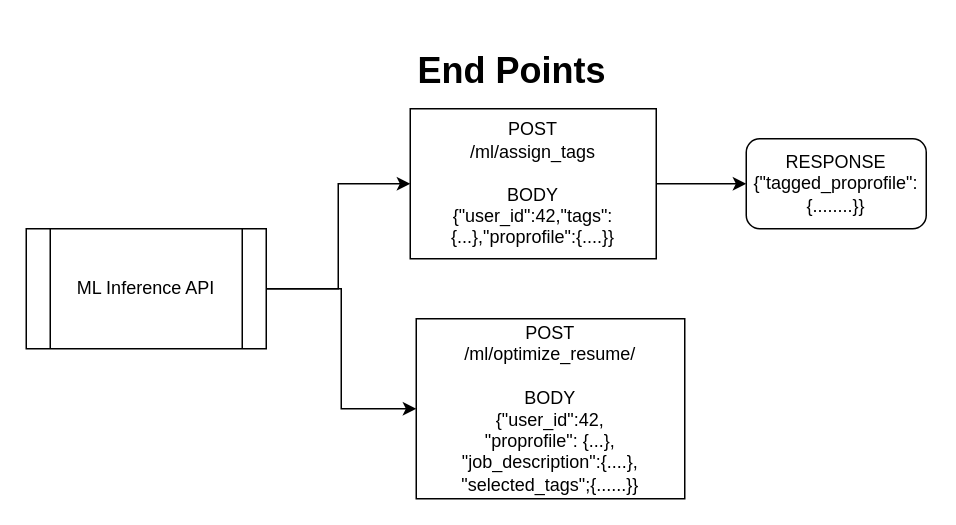
This is ML_Systems.drawio from wereign/rizzume_ml, a draw.io file, before an edit. Source tidied: cells renumbered, new cells numbered last; positions are measured from the earlier drawing's top-left corner, leaving out a move shared by most shapes. Both pictures are drawn from the tidied source at 150%, with x=0, y=0 at pixel (26, 48).
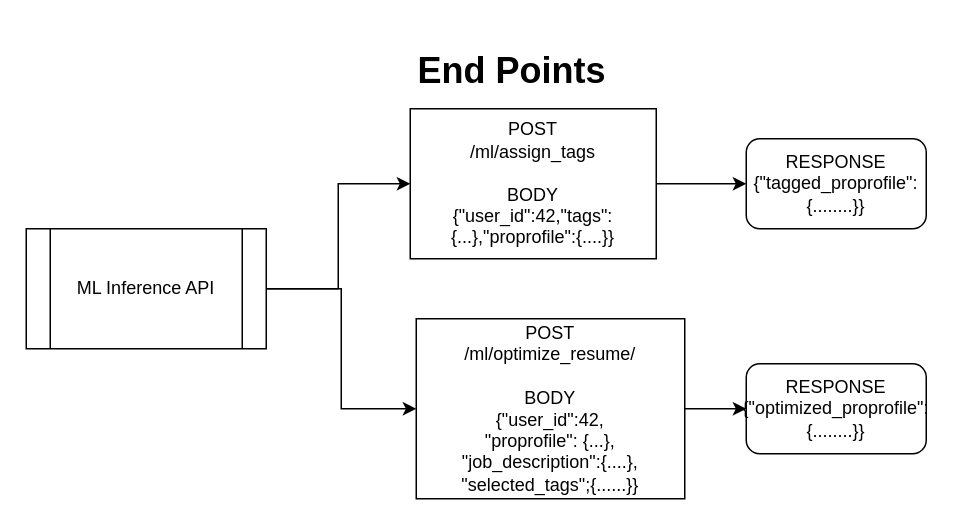
Above is the later version.

Diff of the diagram source:
```diff
@@
 <mxGraphModel>
   <root>
     <mxCell id="0" />
     <mxCell id="1" parent="0" />
     <mxCell id="2" value="&lt;h1&gt;End Points&lt;/h1&gt;" style="text;html=1;align=center;verticalAlign=middle;whiteSpace=wrap;rounded=0;" parent="1" vertex="1">
       <mxGeometry x="216" width="216" height="30" as="geometry" />
     </mxCell>
     <mxCell id="3" style="edgeStyle=orthogonalEdgeStyle;rounded=0;jettySize=auto;html=1;entryX=0;entryY=0.5;entryDx=0;entryDy=0;" parent="1" edge="1" source="5" target="9">
       <mxGeometry relative="1" as="geometry" />
     </mxCell>
     <mxCell id="4" style="edgeStyle=orthogonalEdgeStyle;rounded=0;jettySize=auto;html=1;" parent="1" edge="1" source="5" target="7">
       <mxGeometry relative="1" as="geometry" />
     </mxCell>
     <mxCell id="5" value="ML Inference API" style="shape=process;whiteSpace=wrap;html=1;backgroundOutline=1;" parent="1" vertex="1">
       <mxGeometry y="120" width="160" height="80" as="geometry" />
     </mxCell>
     <mxCell id="6" style="edgeStyle=orthogonalEdgeStyle;rounded=0;jettySize=auto;html=1;" parent="1" edge="1" source="7" target="8">
       <mxGeometry relative="1" as="geometry" />
     </mxCell>
     <mxCell id="7" value="POST&lt;div&gt;/ml/assign_tags&lt;/div&gt;&lt;div&gt;&lt;br&gt;&lt;/div&gt;&lt;div&gt;BODY&lt;/div&gt;&lt;div&gt;{&quot;user_id&quot;:42,&quot;tags&quot;:{...},&quot;proprofile&quot;:{....}}&lt;/div&gt;" style="rounded=0;whiteSpace=wrap;html=1;" parent="1" vertex="1">
       <mxGeometry x="256" y="40" width="164" height="100" as="geometry" />
     </mxCell>
     <mxCell id="8" value="RESPONSE&lt;div&gt;{&quot;tagged_proprofile&quot;:{........}}&lt;/div&gt;" style="rounded=1;whiteSpace=wrap;html=1;" parent="1" vertex="1">
       <mxGeometry x="480" y="60" width="120" height="60" as="geometry" />
     </mxCell>
+    <mxCell id="10" style="edgeStyle=orthogonalEdgeStyle;rounded=0;jettySize=auto;html=1;" parent="1" edge="1" source="9" target="11">
+      <mxGeometry relative="1" as="geometry" />
+    </mxCell>
     <mxCell id="9" value="POST&lt;div&gt;/ml/optimize_resume/&lt;/div&gt;&lt;div&gt;&lt;br&gt;&lt;/div&gt;&lt;div&gt;BODY&lt;/div&gt;&lt;div&gt;{&quot;user_id&quot;:42,&lt;/div&gt;&lt;div&gt;&quot;proprofile&quot;: {...},&lt;/div&gt;&lt;div&gt;&quot;job_description&quot;:{....},&lt;/div&gt;&lt;div&gt;&quot;selected_tags&quot;;{......}}&lt;/div&gt;" style="rounded=0;whiteSpace=wrap;html=1;" parent="1" vertex="1">
       <mxGeometry x="260" y="180" width="179" height="120" as="geometry" />
     </mxCell>
+    <mxCell id="11" value="RESPONSE&lt;div&gt;{&quot;optimized_proprofile&quot;:{........}}&lt;/div&gt;" style="rounded=1;whiteSpace=wrap;html=1;" parent="1" vertex="1">
+      <mxGeometry x="480" y="210" width="120" height="60" as="geometry" />
+    </mxCell>
   </root>
 </mxGraphModel>
```
